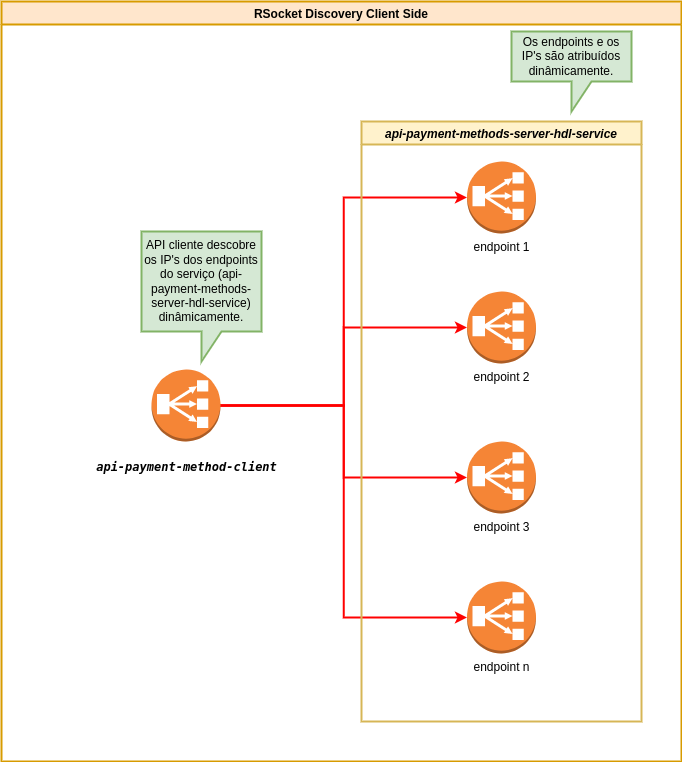
italiviocorrea/java keeps this draw.io diagram as rsocket-client-side-discovery/docs/rsocket_discovery_client_side.drawio.png. Above is the earlier version. Source tidied: cells renumbered, new cells last; positions are measured from the earlier drawing's top-left corner, leaving out a move shared by most shapes. Its diagram source:
```xml
<mxGraphModel>
  <root>
    <mxCell id="0" />
    <mxCell id="1" parent="0" />
    <mxCell id="2" value="RSocket Discovery Client Side" style="swimlane;fillColor=#ffe6cc;strokeColor=#d79b00;strokeWidth=2;" parent="1" vertex="1">
      <mxGeometry width="680" height="760" as="geometry" />
    </mxCell>
    <mxCell id="3" style="edgeStyle=orthogonalEdgeStyle;rounded=0;jettySize=auto;html=1;entryX=0;entryY=0.5;entryDx=0;entryDy=0;entryPerimeter=0;strokeColor=#FF0000;strokeWidth=2;" parent="2" edge="1" source="7" target="9">
      <mxGeometry relative="1" as="geometry" />
    </mxCell>
    <mxCell id="4" style="edgeStyle=orthogonalEdgeStyle;rounded=0;jettySize=auto;html=1;entryX=0;entryY=0.5;entryDx=0;entryDy=0;entryPerimeter=0;strokeColor=#FF0000;strokeWidth=2;" parent="2" edge="1" source="7" target="11">
      <mxGeometry relative="1" as="geometry" />
    </mxCell>
    <mxCell id="5" style="edgeStyle=orthogonalEdgeStyle;rounded=0;jettySize=auto;html=1;entryX=0;entryY=0.5;entryDx=0;entryDy=0;entryPerimeter=0;strokeColor=#FF0000;strokeWidth=2;" parent="2" edge="1" source="7" target="12">
      <mxGeometry relative="1" as="geometry" />
    </mxCell>
    <mxCell id="6" style="edgeStyle=orthogonalEdgeStyle;rounded=0;jettySize=auto;html=1;entryX=0;entryY=0.5;entryDx=0;entryDy=0;entryPerimeter=0;strokeColor=#FF0000;strokeWidth=2;" parent="2" edge="1" source="7" target="10">
      <mxGeometry relative="1" as="geometry" />
    </mxCell>
    <mxCell id="7" value="&lt;pre style=&quot;font-family: &amp;quot;jetbrains mono&amp;quot;, monospace;&quot;&gt;api-payment-method-client&lt;/pre&gt;" style="outlineConnect=0;dashed=0;verticalLabelPosition=bottom;verticalAlign=top;align=center;html=1;shape=mxgraph.aws3.classic_load_balancer;fillColor=#F58536;gradientColor=none;fontStyle=3;labelBackgroundColor=none;fontColor=#000000;" parent="2" vertex="1">
      <mxGeometry x="150" y="368" width="69" height="72" as="geometry" />
    </mxCell>
    <mxCell id="8" value="api-payment-methods-server-hdl-service" style="swimlane;labelBackgroundColor=none;fontStyle=3;strokeColor=#d6b656;strokeWidth=2;fillColor=#fff2cc;" parent="2" vertex="1">
      <mxGeometry x="360" y="120" width="280" height="600" as="geometry" />
    </mxCell>
    <mxCell id="9" value="endpoint 2" style="outlineConnect=0;dashed=0;verticalLabelPosition=bottom;verticalAlign=top;align=center;html=1;shape=mxgraph.aws3.classic_load_balancer;fillColor=#F58536;gradientColor=none;" parent="8" vertex="1">
      <mxGeometry x="105.5" y="170" width="69" height="72" as="geometry" />
    </mxCell>
    <mxCell id="10" value="endpoint 1" style="outlineConnect=0;dashed=0;verticalLabelPosition=bottom;verticalAlign=top;align=center;html=1;shape=mxgraph.aws3.classic_load_balancer;fillColor=#F58536;gradientColor=none;" parent="8" vertex="1">
      <mxGeometry x="105.5" y="40" width="69" height="72" as="geometry" />
    </mxCell>
    <mxCell id="11" value="endpoint 3" style="outlineConnect=0;dashed=0;verticalLabelPosition=bottom;verticalAlign=top;align=center;html=1;shape=mxgraph.aws3.classic_load_balancer;fillColor=#F58536;gradientColor=none;" parent="8" vertex="1">
      <mxGeometry x="105.5" y="320" width="69" height="72" as="geometry" />
    </mxCell>
    <mxCell id="12" value="endpoint n" style="outlineConnect=0;dashed=0;verticalLabelPosition=bottom;verticalAlign=top;align=center;html=1;shape=mxgraph.aws3.classic_load_balancer;fillColor=#F58536;gradientColor=none;" parent="8" vertex="1">
      <mxGeometry x="105.5" y="460" width="69" height="72" as="geometry" />
    </mxCell>
    <mxCell id="13" value="Os endpoints e os IP's são atribuídos dinâmicamente." style="shape=callout;whiteSpace=wrap;html=1;perimeter=calloutPerimeter;labelBackgroundColor=none;strokeColor=#82b366;strokeWidth=2;fillColor=#d5e8d4;" parent="2" vertex="1">
      <mxGeometry x="510" y="30" width="120" height="80" as="geometry" />
    </mxCell>
    <mxCell id="14" value="API cliente descobre os IP's dos endpoints do serviço (api-payment-methods-server-hdl-service) dinâmicamente." style="shape=callout;whiteSpace=wrap;html=1;perimeter=calloutPerimeter;labelBackgroundColor=none;strokeColor=#82b366;strokeWidth=2;fillColor=#d5e8d4;" parent="2" vertex="1">
      <mxGeometry x="140" y="230" width="120" height="130" as="geometry" />
    </mxCell>
  </root>
</mxGraphModel>
```
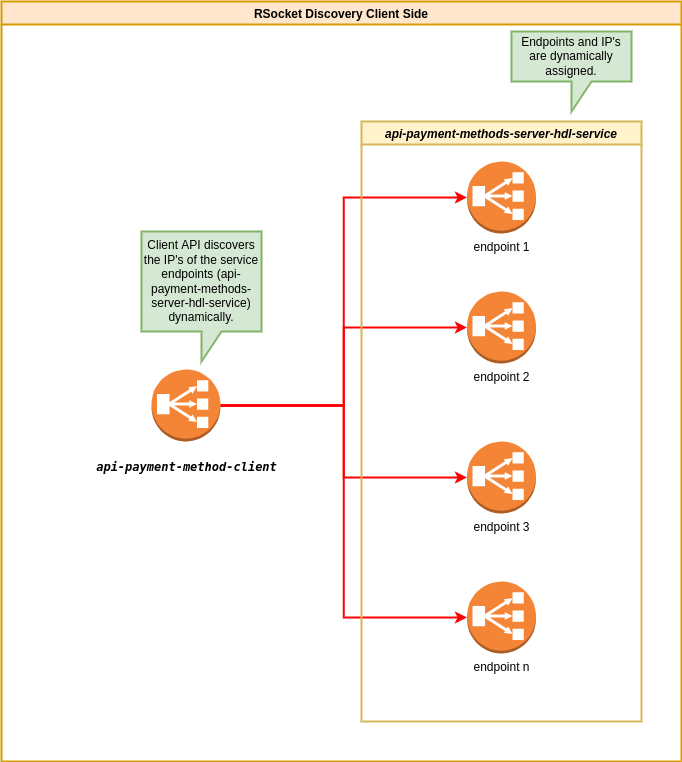
The same file after the commit.

What changed in the source:
```diff
@@ -35,10 +35,10 @@
     <mxCell id="12" value="endpoint n" style="outlineConnect=0;dashed=0;verticalLabelPosition=bottom;verticalAlign=top;align=center;html=1;shape=mxgraph.aws3.classic_load_balancer;fillColor=#F58536;gradientColor=none;" parent="8" vertex="1">
       <mxGeometry x="105.5" y="460" width="69" height="72" as="geometry" />
     </mxCell>
-    <mxCell id="13" value="Os endpoints e os IP's são atribuídos dinâmicamente." style="shape=callout;whiteSpace=wrap;html=1;perimeter=calloutPerimeter;labelBackgroundColor=none;strokeColor=#82b366;strokeWidth=2;fillColor=#d5e8d4;" parent="2" vertex="1">
+    <mxCell id="13" value="Endpoints and IP's are dynamically assigned." style="shape=callout;whiteSpace=wrap;html=1;perimeter=calloutPerimeter;labelBackgroundColor=none;strokeColor=#82b366;strokeWidth=2;fillColor=#d5e8d4;" parent="2" vertex="1">
       <mxGeometry x="510" y="30" width="120" height="80" as="geometry" />
     </mxCell>
-    <mxCell id="14" value="API cliente descobre os IP's dos endpoints do serviço (api-payment-methods-server-hdl-service) dinâmicamente." style="shape=callout;whiteSpace=wrap;html=1;perimeter=calloutPerimeter;labelBackgroundColor=none;strokeColor=#82b366;strokeWidth=2;fillColor=#d5e8d4;" parent="2" vertex="1">
+    <mxCell id="14" value="Client API discovers the IP's of the service endpoints (api-payment-methods-server-hdl-service) dynamically." style="shape=callout;whiteSpace=wrap;html=1;perimeter=calloutPerimeter;labelBackgroundColor=none;strokeColor=#82b366;strokeWidth=2;fillColor=#d5e8d4;" parent="2" vertex="1">
       <mxGeometry x="140" y="230" width="120" height="130" as="geometry" />
     </mxCell>
   </root>
```
